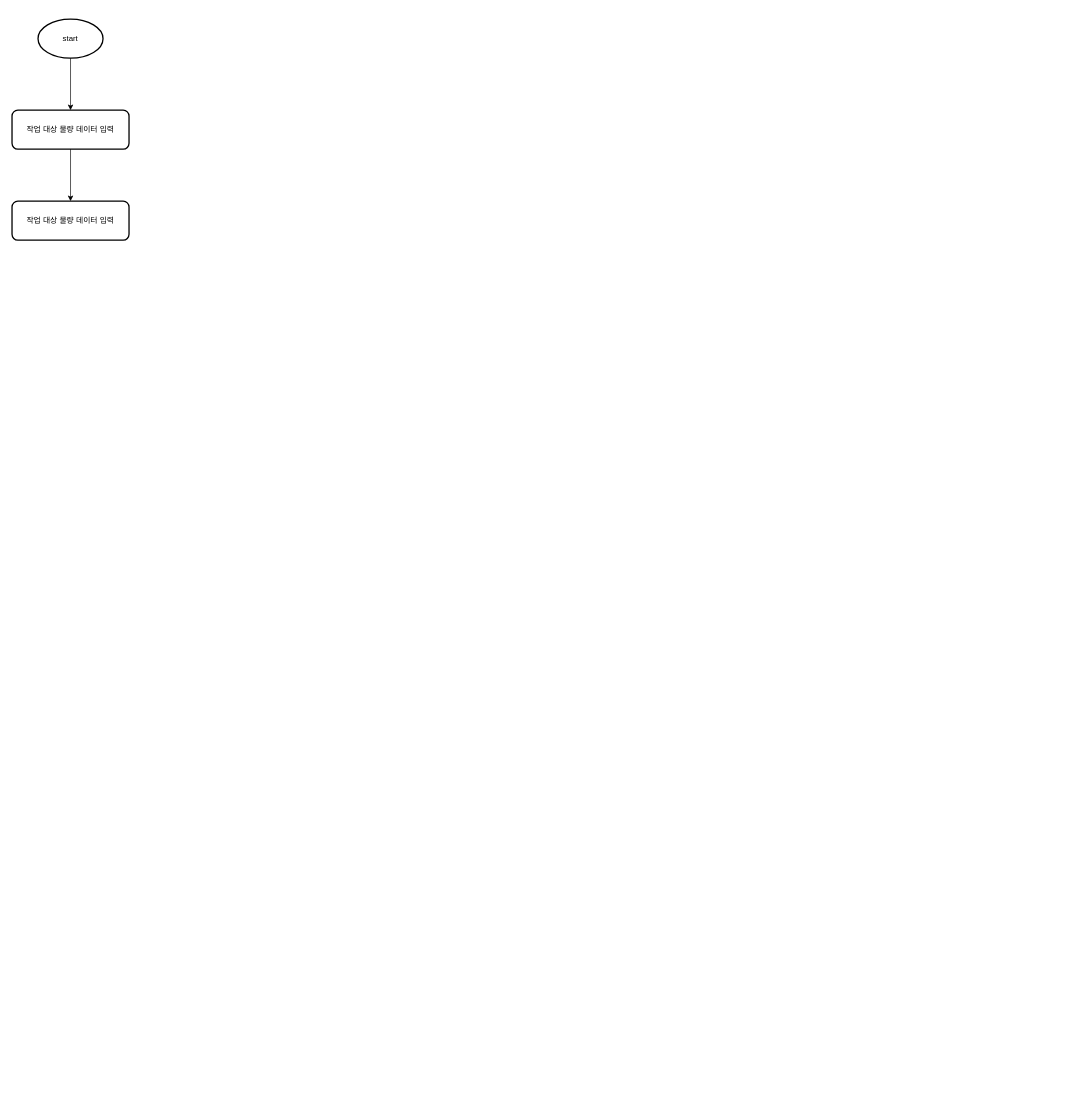
The draw.io diagram 작업흐름도.drawio in seheeP/statistic, before the edit. Source tidied: cells renumbered, new cells numbered last; positions are measured from the earlier drawing's top-left corner, leaving out a move shared by most shapes. Both pictures are drawn from the tidied source at 65%, with x=0, y=0 at pixel (12, 19).
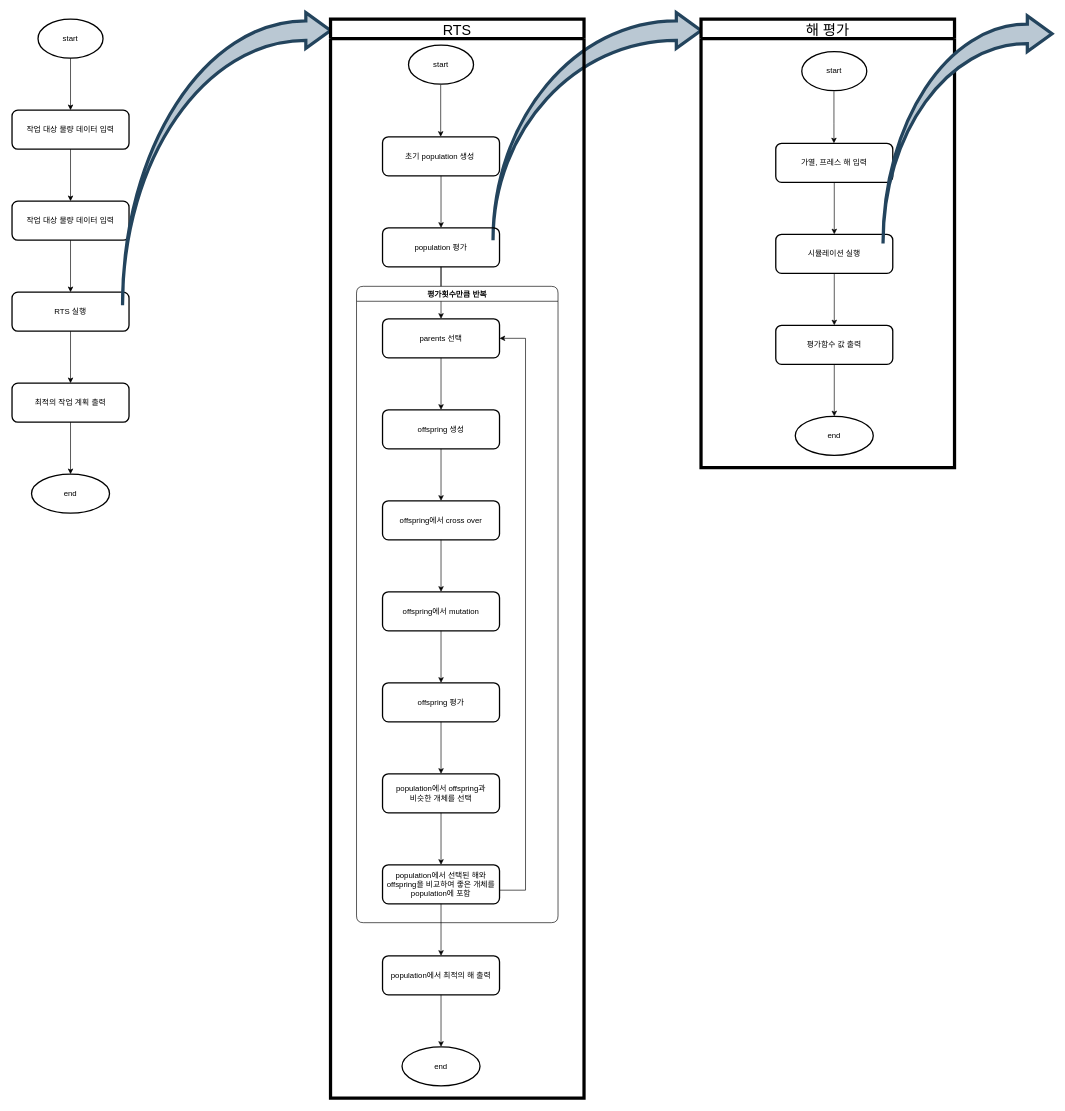
The same page after the edit.

Commit message:
Update 작업흐름도.drawio

Unchanged cells that the change refers to:
```xml
<mxCell id="7" value="작업 대상 물량 데이터 입력" style="whiteSpace=wrap;html=1;rounded=1;shadow=0;strokeWidth=2;fillColor=none;glass=0;sketch=0;" parent="1" vertex="1">
  <mxGeometry y="280" width="180" height="60" as="geometry" />
</mxCell>
```

Diff of the diagram source:
```diff
@@
+    <mxCell id="8" style="edgeStyle=orthogonalEdgeStyle;rounded=0;jettySize=auto;html=1;" parent="1" edge="1" source="7" target="10">
+      <mxGeometry relative="1" as="geometry" />
+    </mxCell>
@@
+    <mxCell id="9" style="edgeStyle=orthogonalEdgeStyle;rounded=0;jettySize=auto;html=1;" parent="1" edge="1" source="10" target="12">
+      <mxGeometry relative="1" as="geometry" />
+    </mxCell>
+    <mxCell id="10" value="RTS 실행" style="whiteSpace=wrap;html=1;rounded=1;shadow=0;strokeWidth=2;fillColor=none;glass=0;sketch=0;" parent="1" vertex="1">
+      <mxGeometry y="420" width="180" height="60" as="geometry" />
+    </mxCell>
+    <mxCell id="11" style="edgeStyle=orthogonalEdgeStyle;rounded=0;jettySize=auto;html=1;" parent="1" edge="1" source="12" target="13">
+      <mxGeometry relative="1" as="geometry" />
+    </mxCell>
+    <mxCell id="12" value="최적의 작업 계획 출력" style="whiteSpace=wrap;html=1;rounded=1;shadow=0;strokeWidth=2;fillColor=none;glass=0;sketch=0;" parent="1" vertex="1">
+      <mxGeometry y="560" width="180" height="60" as="geometry" />
+    </mxCell>
+    <mxCell id="13" value="end" style="ellipse;whiteSpace=wrap;html=1;rounded=1;shadow=0;strokeWidth=2;fillColor=none;glass=0;sketch=0;" parent="1" vertex="1">
+      <mxGeometry x="30" y="700" width="120" height="60" as="geometry" />
+    </mxCell>
+    <mxCell id="14" style="html=1;shadow=0;dashed=0;align=center;verticalAlign=middle;shape=mxgraph.arrows2.jumpInArrow;dy=15;dx=38;arrowHead=55;rounded=1;strokeWidth=5;fillColor=#bac8d3;strokeColor=#23445d;" parent="1" vertex="1">
+      <mxGeometry x="170" y="-10" width="320" height="450" as="geometry" />
+    </mxCell>
+    <mxCell id="15" style="html=1;shadow=0;dashed=0;align=center;verticalAlign=middle;shape=mxgraph.arrows2.jumpInArrow;dy=15;dx=38;arrowHead=55;rounded=1;strokeWidth=5;fillColor=#bac8d3;strokeColor=#23445d;" parent="1" vertex="1">
+      <mxGeometry x="740" y="-10" width="320" height="350" as="geometry" />
+    </mxCell>
+    <mxCell id="16" value="RTS" style="swimlane;fontStyle=0;horizontal=1;startSize=30;align=center;fontSize=22;rounded=0;strokeWidth=5;swimlaneLine=1;" parent="1" vertex="1">
+      <mxGeometry x="490" width="390" height="1660" as="geometry" />
+    </mxCell>
+    <mxCell id="17" style="edgeStyle=orthogonalEdgeStyle;rounded=0;jettySize=auto;html=1;shadow=0;" parent="1" edge="1" source="18">
+      <mxGeometry x="520" y="50" as="geometry">
+        <mxPoint x="660" y="431" as="targetPoint" />
+      </mxGeometry>
+    </mxCell>
+    <mxCell id="18" value="population 평가" style="whiteSpace=wrap;html=1;rounded=1;shadow=0;strokeWidth=2;fillColor=none;glass=0;sketch=0;" parent="1" vertex="1">
+      <mxGeometry x="570" y="321" width="180" height="60" as="geometry" />
+    </mxCell>
+    <mxCell id="19" value="parents 선택" style="whiteSpace=wrap;html=1;rounded=1;shadow=0;strokeWidth=2;fillColor=none;glass=0;sketch=0;" parent="1" vertex="1">
+      <mxGeometry x="570" y="461" width="180" height="60" as="geometry" />
+    </mxCell>
+    <mxCell id="20" style="edgeStyle=orthogonalEdgeStyle;rounded=0;jettySize=auto;html=1;" parent="1" edge="1" source="18" target="19">
+      <mxGeometry x="520" y="50" as="geometry" />
+    </mxCell>
+    <mxCell id="21" value="offspring 생성" style="whiteSpace=wrap;html=1;rounded=1;shadow=0;strokeWidth=2;fillColor=none;glass=0;sketch=0;" parent="1" vertex="1">
+      <mxGeometry x="570" y="601" width="180" height="60" as="geometry" />
+    </mxCell>
+    <mxCell id="22" style="edgeStyle=orthogonalEdgeStyle;rounded=0;jettySize=auto;html=1;" parent="1" edge="1" source="19" target="21">
+      <mxGeometry x="520" y="50" as="geometry" />
+    </mxCell>
+    <mxCell id="23" value="offspring에서 cross over" style="whiteSpace=wrap;html=1;rounded=1;shadow=0;strokeWidth=2;fillColor=none;glass=0;sketch=0;" parent="1" vertex="1">
+      <mxGeometry x="570" y="741" width="180" height="60" as="geometry" />
+    </mxCell>
+    <mxCell id="24" style="edgeStyle=orthogonalEdgeStyle;rounded=0;jettySize=auto;html=1;" parent="1" edge="1" source="21" target="23">
+      <mxGeometry x="520" y="50" as="geometry" />
+    </mxCell>
+    <mxCell id="25" value="offspring에서 mutation" style="whiteSpace=wrap;html=1;rounded=1;shadow=0;strokeWidth=2;fillColor=none;glass=0;sketch=0;" parent="1" vertex="1">
+      <mxGeometry x="570" y="881" width="180" height="60" as="geometry" />
+    </mxCell>
+    <mxCell id="26" style="edgeStyle=orthogonalEdgeStyle;rounded=0;jettySize=auto;html=1;" parent="1" edge="1" source="23" target="25">
+      <mxGeometry x="520" y="50" as="geometry" />
+    </mxCell>
+    <mxCell id="27" style="edgeStyle=orthogonalEdgeStyle;rounded=0;jettySize=auto;html=1;entryX=1;entryY=0.5;entryDx=0;entryDy=0;shadow=0;exitX=1;exitY=0.75;exitDx=0;exitDy=0;" parent="1" edge="1" source="35" target="19">
+      <mxGeometry x="520" y="50" as="geometry">
+        <Array as="points">
+          <mxPoint x="750" y="1340" />
+          <mxPoint x="790" y="1340" />
+          <mxPoint x="790" y="491" />
+        </Array>
+      </mxGeometry>
+    </mxCell>
+    <mxCell id="28" value="offspring 평가" style="whiteSpace=wrap;html=1;rounded=1;shadow=0;strokeWidth=2;fillColor=none;glass=0;sketch=0;" parent="1" vertex="1">
+      <mxGeometry x="570" y="1021" width="180" height="60" as="geometry" />
+    </mxCell>
+    <mxCell id="29" style="edgeStyle=orthogonalEdgeStyle;rounded=0;jettySize=auto;html=1;" parent="1" edge="1" source="25" target="28">
+      <mxGeometry x="520" y="50" as="geometry" />
+    </mxCell>
+    <mxCell id="30" value="평가횟수만큼 반복" style="swimlane;rounded=1;" parent="1" vertex="1">
+      <mxGeometry x="530" y="411" width="310" height="979" as="geometry" />
+    </mxCell>
+    <mxCell id="31" value="population에서 offspring과&lt;br&gt;비슷한 개체를 선택" style="whiteSpace=wrap;html=1;rounded=1;shadow=0;strokeWidth=2;fillColor=none;glass=0;sketch=0;" parent="1" vertex="1">
+      <mxGeometry x="570" y="1161" width="180" height="60" as="geometry" />
+    </mxCell>
+    <mxCell id="32" style="edgeStyle=orthogonalEdgeStyle;rounded=0;jettySize=auto;html=1;" parent="1" edge="1" source="28" target="31">
+      <mxGeometry x="520" y="50" as="geometry" />
+    </mxCell>
+    <mxCell id="33" value="초기 population 생성&amp;nbsp;" style="whiteSpace=wrap;html=1;rounded=1;shadow=0;strokeWidth=2;fillColor=none;glass=0;sketch=0;" parent="1" vertex="1">
+      <mxGeometry x="570" y="181" width="180" height="60" as="geometry" />
+    </mxCell>
+    <mxCell id="34" style="edgeStyle=orthogonalEdgeStyle;rounded=0;jettySize=auto;html=1;shadow=0;" parent="1" edge="1" source="33" target="18">
+      <mxGeometry x="520" y="50" as="geometry" />
+    </mxCell>
+    <mxCell id="35" value="population에서 선택된 해와 offspring을 비교하여 좋은 개체를 population에 포함" style="whiteSpace=wrap;html=1;rounded=1;shadow=0;strokeWidth=2;fillColor=none;glass=0;sketch=0;" parent="1" vertex="1">
+      <mxGeometry x="570" y="1301" width="180" height="60" as="geometry" />
+    </mxCell>
+    <mxCell id="36" style="edgeStyle=orthogonalEdgeStyle;rounded=0;jettySize=auto;html=1;shadow=0;" parent="1" edge="1" source="31" target="35">
+      <mxGeometry x="520" y="50" as="geometry" />
+    </mxCell>
+    <mxCell id="37" value="population에서 최적의 해 출력" style="whiteSpace=wrap;html=1;rounded=1;shadow=0;strokeWidth=2;fillColor=none;glass=0;sketch=0;" parent="1" vertex="1">
+      <mxGeometry x="570" y="1441" width="180" height="60" as="geometry" />
+    </mxCell>
+    <mxCell id="38" style="edgeStyle=orthogonalEdgeStyle;rounded=0;jettySize=auto;html=1;shadow=0;" parent="1" edge="1" source="35" target="37">
+      <mxGeometry x="520" y="50" as="geometry" />
+    </mxCell>
+    <mxCell id="39" value="end" style="ellipse;whiteSpace=wrap;html=1;rounded=1;shadow=0;strokeWidth=2;fillColor=none;glass=0;sketch=0;" parent="1" vertex="1">
+      <mxGeometry x="600" y="1581" width="120" height="60" as="geometry" />
+    </mxCell>
+    <mxCell id="40" style="edgeStyle=orthogonalEdgeStyle;rounded=0;jettySize=auto;html=1;shadow=0;" parent="1" edge="1" source="37" target="39">
+      <mxGeometry x="520" y="50" as="geometry" />
+    </mxCell>
+    <mxCell id="41" value="start" style="strokeWidth=2;html=1;shape=mxgraph.flowchart.start_1;whiteSpace=wrap;rounded=0;shadow=0;glass=0;sketch=0;fillColor=none;" parent="1" vertex="1">
+      <mxGeometry x="610" y="40" width="100" height="60" as="geometry" />
+    </mxCell>
+    <mxCell id="42" style="edgeStyle=orthogonalEdgeStyle;rounded=0;orthogonalLoop=1;jettySize=auto;html=1;strokeColor=#000000;" parent="1" edge="1">
+      <mxGeometry x="520" y="50" as="geometry">
+        <mxPoint x="659.5" y="101" as="sourcePoint" />
+        <mxPoint x="659.5" y="181" as="targetPoint" />
+      </mxGeometry>
+    </mxCell>
+    <mxCell id="43" value="start" style="strokeWidth=2;html=1;shape=mxgraph.flowchart.start_1;whiteSpace=wrap;rounded=0;shadow=0;glass=0;sketch=0;fillColor=none;" parent="1" vertex="1">
+      <mxGeometry x="1215" y="50" width="100" height="60" as="geometry" />
+    </mxCell>
+    <mxCell id="44" style="edgeStyle=orthogonalEdgeStyle;rounded=0;orthogonalLoop=1;jettySize=auto;html=1;strokeColor=#000000;" parent="1" edge="1">
+      <mxGeometry x="1100" y="60" as="geometry">
+        <mxPoint x="1264.5" y="111" as="sourcePoint" />
+        <mxPoint x="1264.5" y="191" as="targetPoint" />
+        <Array as="points">
+          <mxPoint x="1265" y="160" />
+          <mxPoint x="1265" y="160" />
+        </Array>
+      </mxGeometry>
+    </mxCell>
+    <mxCell id="45" value="가열, 프레스 해 입력" style="whiteSpace=wrap;html=1;rounded=1;shadow=0;strokeWidth=2;fillColor=none;glass=0;sketch=0;" parent="1" vertex="1">
+      <mxGeometry x="1175" y="191" width="180" height="60" as="geometry" />
+    </mxCell>
+    <mxCell id="46" value="시뮬레이션 실행" style="whiteSpace=wrap;html=1;rounded=1;shadow=0;strokeWidth=2;fillColor=none;glass=0;sketch=0;" parent="1" vertex="1">
+      <mxGeometry x="1175" y="331" width="180" height="60" as="geometry" />
+    </mxCell>
+    <mxCell id="47" style="edgeStyle=orthogonalEdgeStyle;rounded=0;jettySize=auto;html=1;shadow=0;" parent="1" edge="1" source="45" target="46">
+      <mxGeometry x="1100" y="60" as="geometry" />
+    </mxCell>
+    <mxCell id="48" value="평가함수 값 출력" style="whiteSpace=wrap;html=1;rounded=1;shadow=0;strokeWidth=2;fillColor=none;glass=0;sketch=0;" parent="1" vertex="1">
+      <mxGeometry x="1175" y="471" width="180" height="60" as="geometry" />
+    </mxCell>
+    <mxCell id="49" style="edgeStyle=orthogonalEdgeStyle;rounded=0;jettySize=auto;html=1;shadow=0;" parent="1" edge="1" source="46" target="48">
+      <mxGeometry x="1100" y="60" as="geometry" />
+    </mxCell>
+    <mxCell id="50" value="end" style="ellipse;whiteSpace=wrap;html=1;rounded=1;shadow=0;strokeWidth=2;fillColor=none;glass=0;sketch=0;" parent="1" vertex="1">
+      <mxGeometry x="1205" y="611" width="120" height="60" as="geometry" />
+    </mxCell>
+    <mxCell id="51" style="edgeStyle=orthogonalEdgeStyle;rounded=0;jettySize=auto;html=1;shadow=0;" parent="1" edge="1" source="48" target="50">
+      <mxGeometry x="1100" y="60" as="geometry" />
+    </mxCell>
+    <mxCell id="52" value="해 평가" style="swimlane;fontStyle=0;horizontal=1;startSize=30;align=center;fontSize=22;rounded=0;strokeWidth=5;swimlaneLine=1;" parent="1" vertex="1">
+      <mxGeometry x="1060" width="390" height="690" as="geometry" />
+    </mxCell>
+    <mxCell id="53" style="html=1;shadow=0;dashed=0;align=center;verticalAlign=middle;shape=mxgraph.arrows2.jumpInArrow;dy=15;dx=38;arrowHead=55;rounded=1;strokeWidth=5;fillColor=#bac8d3;strokeColor=#23445d;" parent="1" vertex="1">
+      <mxGeometry x="1340" y="-5" width="260" height="350" as="geometry" />
+    </mxCell>
```
